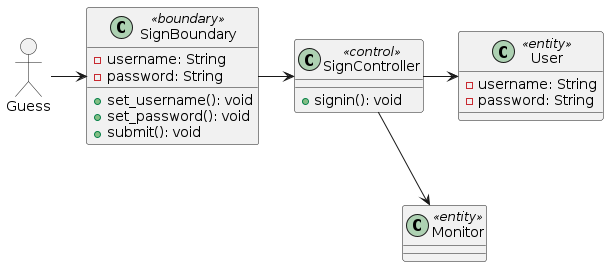
Above: docs/UML/Class Diagrams/sign-in.png in LapTQ/MCT (PlantUML), before the change.
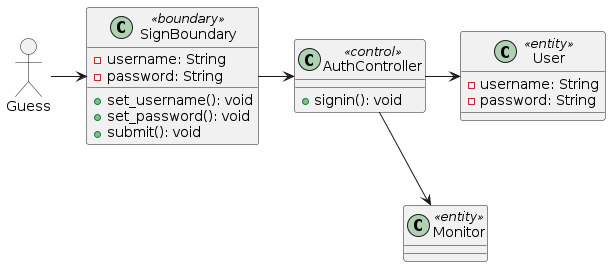
The same file after the commit.

Change to the diagram source:
```diff
@@ -13,7 +13,7 @@
     + submit(): void
 }
 
-class SignController <<control>> {
+class AuthController <<control>> {
 
     + signin(): void
 }
@@ -26,9 +26,9 @@
 class Monitor <<entity>>
 
 Guess -> SignBoundary
-SignBoundary -right-> SignController
-SignController -right-> User
-SignController -right-> Monitor
+SignBoundary -right-> AuthController
+AuthController -right-> User
+AuthController -right-> Monitor
 User -[hidden]d- Monitor
 
 @enduml
```
